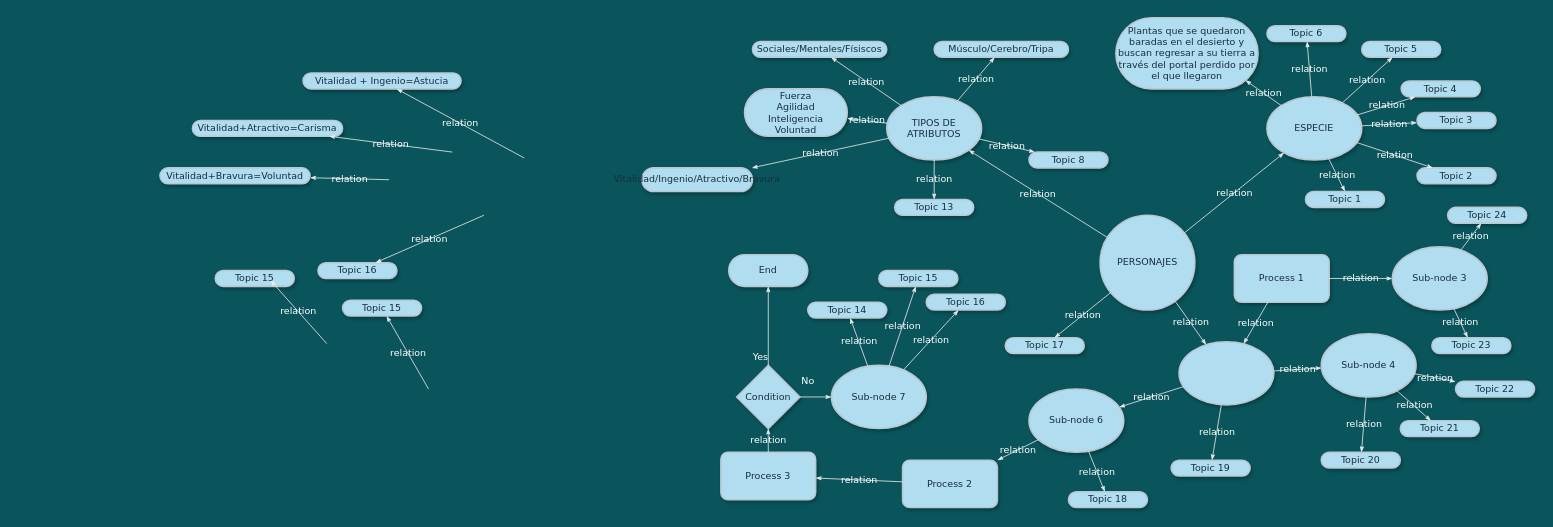
This is page "Página-2" (2 of 2) of mental_map_worldbuilding.drawio from aixairupe/DiagramasRPG, a draw.io file, before an edit. Source tidied: cells renumbered, new cells numbered last; positions are measured from the earlier drawing's top-left corner, leaving out a move shared by most shapes. Both pictures are drawn from the tidied source at 79%, with x=0, y=0 at pixel (160, 17).
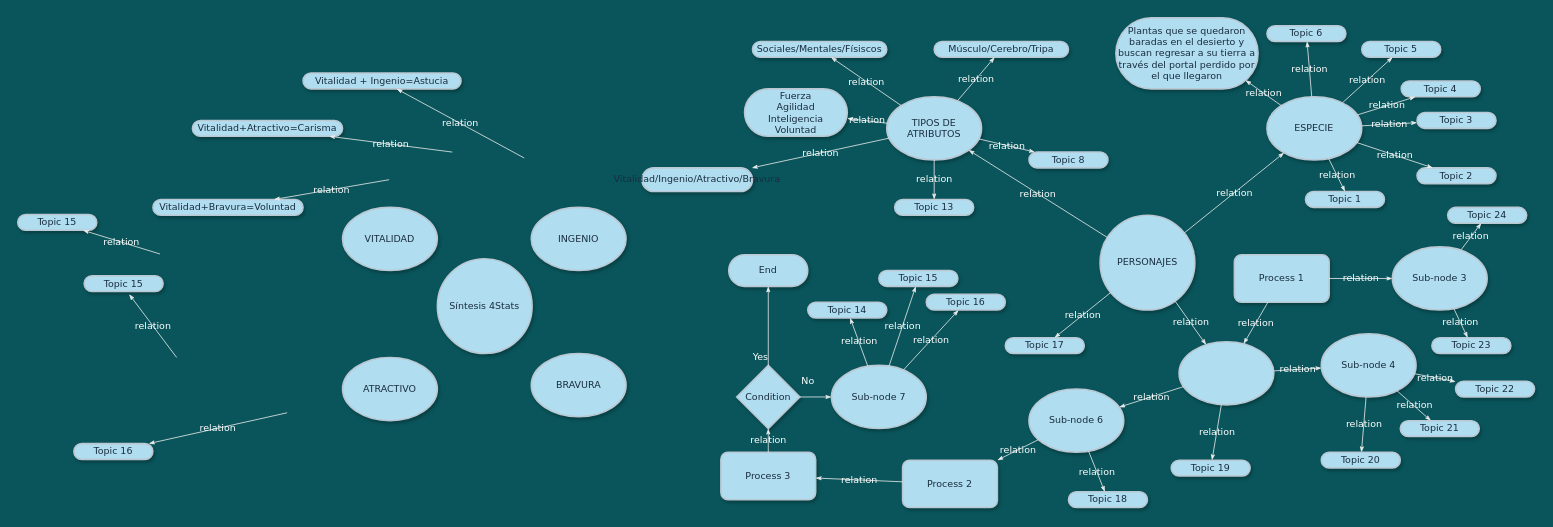
After the change.

Diff of the diagram source:
```diff
@@
     <mxCell id="75" value="&lt;span&gt;Topic 16&lt;/span&gt;" style="whiteSpace=wrap;html=1;rounded=1;shadow=1;comic=0;labelBackgroundColor=none;strokeWidth=2;fontFamily=Verdana;fontSize=12;align=center;arcSize=50;fillColor=#B1DDF0;strokeColor=#BAC8D3;fontColor=#182E3E;" parent="1" vertex="1">
-      <mxGeometry x="200" y="310" width="100" height="20" as="geometry" />
+      <mxGeometry x="-109" y="539" width="100" height="20" as="geometry" />
     </mxCell>
@@
     <mxCell id="80" value="relation" style="edgeStyle=none;rounded=1;html=1;labelBackgroundColor=none;startArrow=none;startFill=0;startSize=5;endArrow=classicThin;endFill=1;endSize=5;jettySize=auto;strokeColor=#EEEEEE;strokeWidth=1;fontFamily=Verdana;fontSize=12;fontColor=#FFFFFF;" parent="1" edge="1" target="75">
       <mxGeometry relative="1" as="geometry">
-        <mxPoint x="410" y="250" as="sourcePoint" />
+        <mxPoint x="161" y="500" as="sourcePoint" />
       </mxGeometry>
     </mxCell>
     <mxCell id="81" value="Vitalidad+Bravura=Voluntad" style="whiteSpace=wrap;html=1;rounded=1;shadow=1;comic=0;labelBackgroundColor=none;strokeWidth=2;fontFamily=Verdana;fontSize=12;align=center;arcSize=50;fillColor=#B1DDF0;strokeColor=#BAC8D3;fontColor=#182E3E;" parent="1" vertex="1">
-      <mxGeometry y="190" width="190" height="20" as="geometry" />
+      <mxGeometry x="-8.9" y="230" width="190" height="20" as="geometry" />
     </mxCell>
@@
     <mxCell id="83" value="&lt;span&gt;Topic 15&lt;/span&gt;" style="whiteSpace=wrap;html=1;rounded=1;shadow=1;comic=0;labelBackgroundColor=none;strokeWidth=2;fontFamily=Verdana;fontSize=12;align=center;arcSize=50;fillColor=#B1DDF0;strokeColor=#BAC8D3;fontColor=#182E3E;" parent="1" vertex="1">
-      <mxGeometry x="70" y="320" width="100" height="20" as="geometry" />
+      <mxGeometry x="-96" y="326.5" width="100" height="20" as="geometry" />
     </mxCell>
-    <mxCell id="84" value="relation" style="edgeStyle=none;rounded=1;html=1;labelBackgroundColor=none;startArrow=none;startFill=0;startSize=5;endArrow=classicThin;endFill=1;endSize=5;jettySize=auto;orthogonalLoop=1;strokeColor=#EEEEEE;strokeWidth=1;fontFamily=Verdana;fontSize=12;fontColor=#FFFFFF;exitX=0.357;exitY=0;exitDx=0;exitDy=0;exitPerimeter=0;" parent="1" edge="1">
+    <mxCell id="84" value="relation" style="edgeStyle=none;rounded=1;html=1;labelBackgroundColor=none;startArrow=none;startFill=0;startSize=5;endArrow=classicThin;endFill=1;endSize=5;jettySize=auto;strokeColor=#EEEEEE;strokeWidth=1;fontFamily=Verdana;fontSize=12;fontColor=#FFFFFF;exitX=0.357;exitY=0;exitDx=0;exitDy=0;exitPerimeter=0;entryX=0.57;entryY=1.175;entryDx=0;entryDy=0;entryPerimeter=0;" parent="1" edge="1" target="83">
       <mxGeometry relative="1" as="geometry">
-        <mxPoint x="211.1" y="412.5" as="sourcePoint" />
-        <mxPoint x="140" y="332.5" as="targetPoint" />
+        <mxPoint x="21.1" y="430" as="sourcePoint" />
       </mxGeometry>
     </mxCell>
     <mxCell id="85" value="&lt;span&gt;Topic 15&lt;/span&gt;" style="whiteSpace=wrap;html=1;rounded=1;shadow=1;comic=0;labelBackgroundColor=none;strokeWidth=2;fontFamily=Verdana;fontSize=12;align=center;arcSize=50;fillColor=#B1DDF0;strokeColor=#BAC8D3;fontColor=#182E3E;" parent="1" vertex="1">
-      <mxGeometry x="231.1" y="357.5" width="100" height="20" as="geometry" />
+      <mxGeometry x="-180" y="249" width="100" height="20" as="geometry" />
     </mxCell>
     <mxCell id="86" value="relation" style="edgeStyle=none;rounded=1;html=1;labelBackgroundColor=none;startArrow=none;startFill=0;startSize=5;endArrow=classicThin;endFill=1;endSize=5;jettySize=auto;strokeColor=#EEEEEE;strokeWidth=1;fontFamily=Verdana;fontSize=12;fontColor=#FFFFFF;" parent="1" edge="1" target="85">
       <mxGeometry relative="1" as="geometry">
-        <mxPoint x="340" y="470" as="sourcePoint" />
+        <mxPoint y="299" as="sourcePoint" />
       </mxGeometry>
     </mxCell>
+    <mxCell id="87" value="VITALIDAD" style="ellipse;whiteSpace=wrap;html=1;rounded=1;shadow=1;comic=0;labelBackgroundColor=none;strokeWidth=2;fontFamily=Verdana;fontSize=12;align=center;fillColor=#B1DDF0;strokeColor=#BAC8D3;fontColor=#182E3E;" parent="1" vertex="1">
+      <mxGeometry x="231.1" y="240" width="120" height="80" as="geometry" />
+    </mxCell>
+    <mxCell id="88" value="INGENIO" style="ellipse;whiteSpace=wrap;html=1;rounded=1;shadow=1;comic=0;labelBackgroundColor=none;strokeWidth=2;fontFamily=Verdana;fontSize=12;align=center;fillColor=#B1DDF0;strokeColor=#BAC8D3;fontColor=#182E3E;" parent="1" vertex="1">
+      <mxGeometry x="470" y="240" width="120" height="80" as="geometry" />
+    </mxCell>
+    <mxCell id="89" value="ATRACTIVO" style="ellipse;whiteSpace=wrap;html=1;rounded=1;shadow=1;comic=0;labelBackgroundColor=none;strokeWidth=2;fontFamily=Verdana;fontSize=12;align=center;fillColor=#B1DDF0;strokeColor=#BAC8D3;fontColor=#182E3E;" parent="1" vertex="1">
+      <mxGeometry x="231.1" y="430" width="120" height="80" as="geometry" />
+    </mxCell>
+    <mxCell id="90" value="BRAVURA" style="ellipse;whiteSpace=wrap;html=1;rounded=1;shadow=1;comic=0;labelBackgroundColor=none;strokeWidth=2;fontFamily=Verdana;fontSize=12;align=center;fillColor=#B1DDF0;strokeColor=#BAC8D3;fontColor=#182E3E;" parent="1" vertex="1">
+      <mxGeometry x="470" y="425" width="120" height="80" as="geometry" />
+    </mxCell>
+    <mxCell id="91" value="Síntesis 4Stats" style="ellipse;whiteSpace=wrap;html=1;rounded=1;shadow=1;comic=0;labelBackgroundColor=none;strokeWidth=2;fontFamily=Verdana;fontSize=12;align=center;fillColor=#B1DDF0;strokeColor=#BAC8D3;fontColor=#182E3E;" parent="1" vertex="1">
+      <mxGeometry x="351.1" y="305" width="120" height="120" as="geometry" />
+    </mxCell>
```
